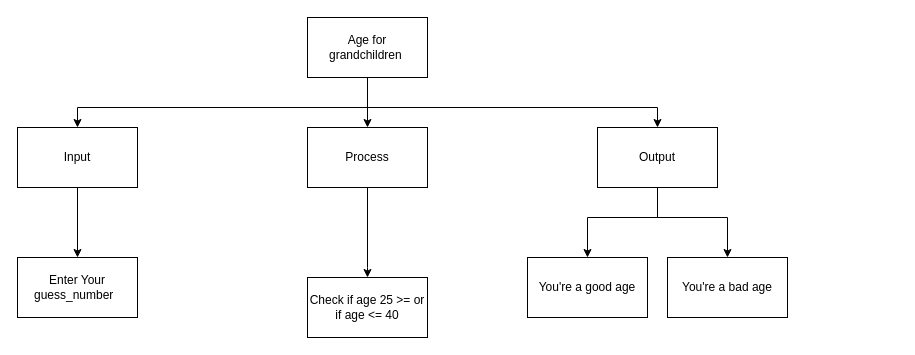
The draw.io diagram TopDown.Drawio in JacksonNaufal/ICS3U-Unit3-07-Python, before the edit. Source tidied: cells renumbered, new cells numbered last; positions are measured from the earlier drawing's top-left corner, leaving out a move shared by most shapes. Both pictures are drawn from the tidied source at 100%, with x=0, y=0 at pixel (17, 17).
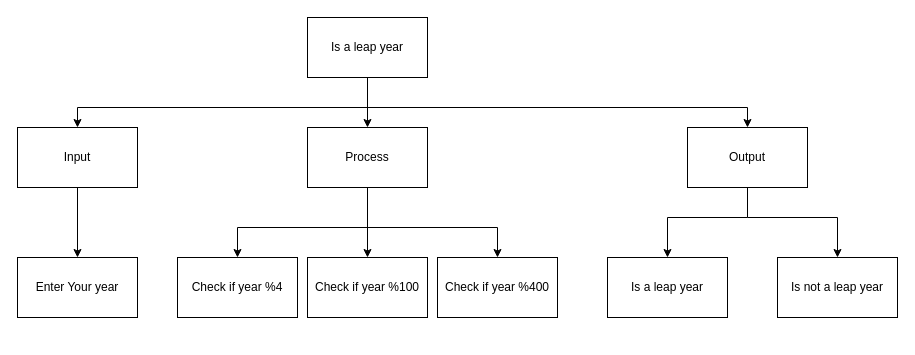
The same diagram, later.

Unchanged cells that the change refers to:
```xml
<mxCell id="10" value="Process" style="rounded=0;whiteSpace=wrap;html=1;" parent="1" vertex="1">
  <mxGeometry x="290" y="110" width="120" height="60" as="geometry" />
</mxCell>
```

Diff of the diagram source:
```diff
@@
-    <mxCell id="4" style="edgeStyle=none;rounded=0;html=1;entryX=0.5;entryY=0;entryDx=0;entryDy=0;" parent="1" edge="1" target="13">
-      <mxGeometry relative="1" as="geometry">
-        <mxPoint x="350" y="90" as="sourcePoint" />
-        <Array as="points">
-          <mxPoint x="640" y="90" />
-        </Array>
-      </mxGeometry>
-    </mxCell>
+    <mxCell id="20" style="edgeStyle=none;html=1;entryX=0.5;entryY=0;entryDx=0;entryDy=0;rounded=0;" parent="1" edge="1" target="13">
+      <mxGeometry relative="1" as="geometry">
+        <mxPoint x="350" y="90" as="sourcePoint" />
+        <Array as="points">
+          <mxPoint x="730" y="90" />
+        </Array>
+      </mxGeometry>
+    </mxCell>
-    <mxCell id="5" value="Age for grandchildren&amp;nbsp;" style="rounded=0;whiteSpace=wrap;html=1;" parent="1" vertex="1">
+    <mxCell id="5" value="Is a leap year" style="rounded=0;whiteSpace=wrap;html=1;" parent="1" vertex="1">
       <mxGeometry x="290" width="120" height="60" as="geometry" />
     </mxCell>
@@
-    <mxCell id="8" style="edgeStyle=none;html=1;endArrow=none;endFill=0;" parent="1" edge="1" source="10">
-      <mxGeometry relative="1" as="geometry">
-        <mxPoint x="350" y="250" as="targetPoint" />
-      </mxGeometry>
-    </mxCell>
-    <mxCell id="9" style="edgeStyle=none;html=1;entryX=0.5;entryY=0;entryDx=0;entryDy=0;endArrow=classic;endFill=1;rounded=0;" parent="1" edge="1" target="15">
-      <mxGeometry relative="1" as="geometry">
-        <mxPoint x="350" y="250" as="sourcePoint" />
-      </mxGeometry>
-    </mxCell>
+    <mxCell id="21" style="edgeStyle=none;html=1;entryX=0.5;entryY=0;entryDx=0;entryDy=0;rounded=0;" parent="1" edge="1" target="15">
+      <mxGeometry relative="1" as="geometry">
+        <mxPoint x="350" y="210" as="sourcePoint" />
+        <Array as="points">
+          <mxPoint x="220" y="210" />
+        </Array>
+      </mxGeometry>
+    </mxCell>
+    <mxCell id="22" style="edgeStyle=none;html=1;entryX=0.5;entryY=0;entryDx=0;entryDy=0;" parent="1" edge="1" source="10" target="27">
+      <mxGeometry relative="1" as="geometry" />
+    </mxCell>
+    <mxCell id="23" style="edgeStyle=none;html=1;entryX=0.5;entryY=0;entryDx=0;entryDy=0;rounded=0;" parent="1" edge="1" target="28">
+      <mxGeometry relative="1" as="geometry">
+        <mxPoint x="350" y="210" as="sourcePoint" />
+        <Array as="points">
+          <mxPoint x="480" y="210" />
+        </Array>
+      </mxGeometry>
+    </mxCell>
@@
-    <mxCell id="11" style="edgeStyle=none;rounded=0;html=1;entryX=0.5;entryY=0;entryDx=0;entryDy=0;" parent="1" edge="1" target="16">
-      <mxGeometry relative="1" as="geometry">
-        <mxPoint x="570" y="200" as="sourcePoint" />
-      </mxGeometry>
-    </mxCell>
-    <mxCell id="12" style="edgeStyle=none;html=1;entryX=0.5;entryY=0;entryDx=0;entryDy=0;exitX=0.5;exitY=1;exitDx=0;exitDy=0;rounded=0;" parent="1" edge="1" source="13" target="19">
-      <mxGeometry relative="1" as="geometry">
-        <Array as="points">
-          <mxPoint x="640" y="200" />
-          <mxPoint x="710" y="200" />
-        </Array>
-      </mxGeometry>
-    </mxCell>
+    <mxCell id="24" style="edgeStyle=none;rounded=0;html=1;endArrow=none;endFill=0;" parent="1" edge="1" source="13">
+      <mxGeometry relative="1" as="geometry">
+        <mxPoint x="730" y="200" as="targetPoint" />
+      </mxGeometry>
+    </mxCell>
+    <mxCell id="25" style="edgeStyle=none;rounded=0;html=1;entryX=0.5;entryY=0;entryDx=0;entryDy=0;endArrow=classic;endFill=1;" parent="1" edge="1" target="19">
+      <mxGeometry relative="1" as="geometry">
+        <mxPoint x="730" y="200" as="sourcePoint" />
+        <Array as="points">
+          <mxPoint x="820" y="200" />
+        </Array>
+      </mxGeometry>
+    </mxCell>
+    <mxCell id="26" style="edgeStyle=none;rounded=0;html=1;entryX=0.5;entryY=0;entryDx=0;entryDy=0;endArrow=classic;endFill=1;" parent="1" edge="1" target="16">
+      <mxGeometry relative="1" as="geometry">
+        <mxPoint x="730" y="200" as="sourcePoint" />
+        <Array as="points">
+          <mxPoint x="650" y="200" />
+        </Array>
+      </mxGeometry>
+    </mxCell>
     <mxCell id="13" value="Output" style="rounded=0;whiteSpace=wrap;html=1;" parent="1" vertex="1">
-      <mxGeometry x="580" y="110" width="120" height="60" as="geometry" />
+      <mxGeometry x="670" y="110" width="120" height="60" as="geometry" />
     </mxCell>
-    <mxCell id="14" value="Enter Your guess_number&amp;nbsp;&amp;nbsp;" style="rounded=0;whiteSpace=wrap;html=1;" parent="1" vertex="1">
+    <mxCell id="14" value="Enter Your year" style="rounded=0;whiteSpace=wrap;html=1;" parent="1" vertex="1">
       <mxGeometry y="240" width="120" height="60" as="geometry" />
     </mxCell>
-    <mxCell id="15" value="Check if age 25 &amp;gt;= or if age &amp;lt;= 40" style="rounded=0;whiteSpace=wrap;html=1;" parent="1" vertex="1">
-      <mxGeometry x="290" y="260" width="120" height="60" as="geometry" />
+    <mxCell id="15" value="Check if year %4" style="rounded=0;whiteSpace=wrap;html=1;" parent="1" vertex="1">
+      <mxGeometry x="160" y="240" width="120" height="60" as="geometry" />
     </mxCell>
-    <mxCell id="16" value="You're a good age" style="rounded=0;whiteSpace=wrap;html=1;" parent="1" vertex="1">
-      <mxGeometry x="510" y="240" width="120" height="60" as="geometry" />
+    <mxCell id="16" value="Is a leap year" style="rounded=0;whiteSpace=wrap;html=1;" parent="1" vertex="1">
+      <mxGeometry x="590" y="240" width="120" height="60" as="geometry" />
     </mxCell>
-    <mxCell id="17" style="endArrow=none;html=1;rounded=0;exitX=0.5;exitY=1;exitDx=0;exitDy=0;" parent="1" edge="1" source="13">
-      <mxGeometry relative="1" as="geometry">
-        <mxPoint x="640" y="200" as="targetPoint" />
-      </mxGeometry>
-    </mxCell>
-    <mxCell id="18" style="endArrow=none;html=1;rounded=0;" parent="1" edge="1">
-      <mxGeometry relative="1" as="geometry">
-        <mxPoint x="640" y="200" as="sourcePoint" />
-        <mxPoint x="570" y="200" as="targetPoint" />
-      </mxGeometry>
-    </mxCell>
-    <mxCell id="19" value="You're a bad age" style="rounded=0;whiteSpace=wrap;html=1;" parent="1" vertex="1">
-      <mxGeometry x="650" y="240" width="120" height="60" as="geometry" />
+    <mxCell id="19" value="Is not a leap year" style="rounded=0;whiteSpace=wrap;html=1;" parent="1" vertex="1">
+      <mxGeometry x="760" y="240" width="120" height="60" as="geometry" />
     </mxCell>
+    <mxCell id="27" value="Check if year %100" style="rounded=0;whiteSpace=wrap;html=1;" parent="1" vertex="1">
+      <mxGeometry x="290" y="240" width="120" height="60" as="geometry" />
+    </mxCell>
+    <mxCell id="28" value="Check if year %400" style="rounded=0;whiteSpace=wrap;html=1;" parent="1" vertex="1">
+      <mxGeometry x="420" y="240" width="120" height="60" as="geometry" />
+    </mxCell>
```
